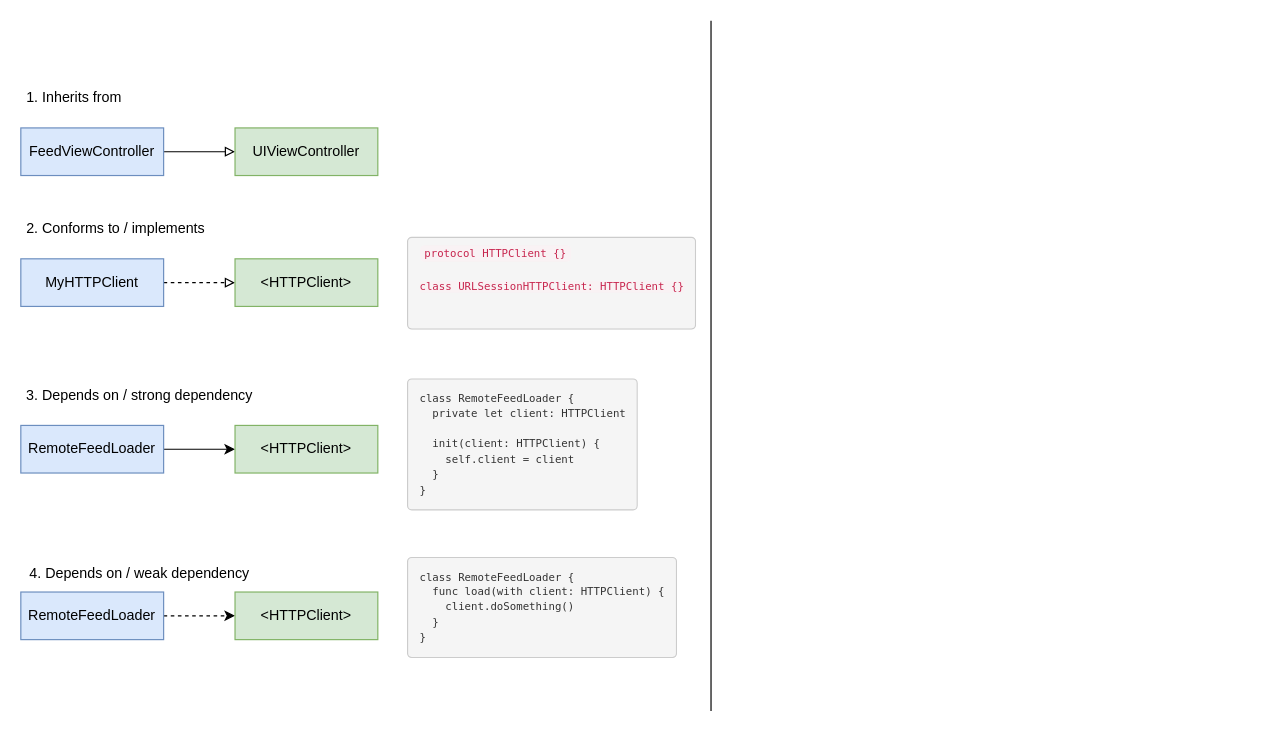
The draw.io diagram 002-lecture.drawio in evgeniyd/my_drawio, before the edit. Source tidied: cells renumbered, new cells numbered last; positions are measured from the earlier drawing's top-left corner, leaving out a move shared by most shapes. Both pictures are drawn from the tidied source at 119%, with x=0, y=0 at pixel (20, 20).
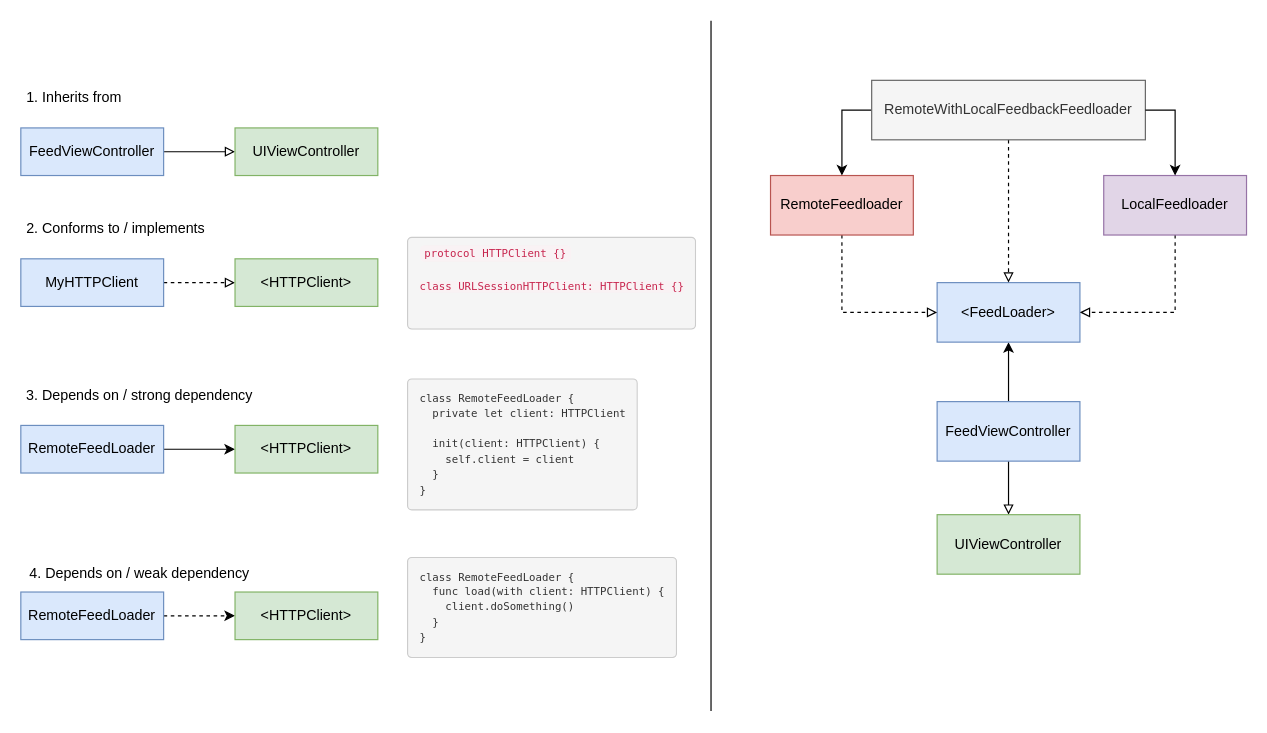
Above is the later version.

Commit message:
Add Compostion to feed loader

Change to the diagram source:
```diff
@@
+    <mxCell id="22" style="edgeStyle=orthogonalEdgeStyle;rounded=0;jettySize=auto;html=1;endArrow=block;endFill=0;" parent="1" edge="1" source="24" target="25">
+      <mxGeometry relative="1" as="geometry" />
+    </mxCell>
+    <mxCell id="23" style="edgeStyle=orthogonalEdgeStyle;rounded=0;jettySize=auto;html=1;" parent="1" edge="1" source="24" target="26">
+      <mxGeometry relative="1" as="geometry" />
+    </mxCell>
+    <mxCell id="24" value="FeedViewController" style="rounded=0;whiteSpace=wrap;html=1;fillColor=#dae8fc;strokeColor=#6c8ebf;" parent="1" vertex="1">
+      <mxGeometry x="770" y="320" width="120" height="50" as="geometry" />
+    </mxCell>
+    <mxCell id="25" value="UIViewController" style="rounded=0;whiteSpace=wrap;html=1;fillColor=#d5e8d4;strokeColor=#82b366;" parent="1" vertex="1">
+      <mxGeometry x="770" y="415" width="120" height="50" as="geometry" />
+    </mxCell>
+    <mxCell id="26" value="&amp;lt;FeedLoader&amp;gt;" style="rounded=0;whiteSpace=wrap;html=1;fillColor=#dae8fc;strokeColor=#6c8ebf;" parent="1" vertex="1">
+      <mxGeometry x="770" y="220" width="120" height="50" as="geometry" />
+    </mxCell>
+    <mxCell id="27" style="edgeStyle=orthogonalEdgeStyle;rounded=0;jettySize=auto;html=1;entryX=0;entryY=0.5;entryDx=0;entryDy=0;exitX=0.5;exitY=1;exitDx=0;exitDy=0;endArrow=block;endFill=0;dashed=1;" parent="1" edge="1" source="28" target="26">
+      <mxGeometry relative="1" as="geometry" />
+    </mxCell>
+    <mxCell id="28" value="RemoteFeedloader" style="rounded=0;whiteSpace=wrap;html=1;fillColor=#f8cecc;strokeColor=#b85450;" parent="1" vertex="1">
+      <mxGeometry x="630" y="130" width="120" height="50" as="geometry" />
+    </mxCell>
+    <mxCell id="29" style="edgeStyle=orthogonalEdgeStyle;rounded=0;jettySize=auto;html=1;entryX=1;entryY=0.5;entryDx=0;entryDy=0;exitX=0.5;exitY=1;exitDx=0;exitDy=0;dashed=1;endArrow=block;endFill=0;" parent="1" edge="1" source="30" target="26">
+      <mxGeometry relative="1" as="geometry" />
+    </mxCell>
+    <mxCell id="30" value="LocalFeedloader" style="rounded=0;whiteSpace=wrap;html=1;fillColor=#e1d5e7;strokeColor=#9673a6;" parent="1" vertex="1">
+      <mxGeometry x="910" y="130" width="120" height="50" as="geometry" />
+    </mxCell>
+    <mxCell id="31" style="edgeStyle=orthogonalEdgeStyle;rounded=0;jettySize=auto;html=1;entryX=0.5;entryY=0;entryDx=0;entryDy=0;endArrow=block;endFill=0;dashed=1;" parent="1" edge="1" source="33" target="26">
+      <mxGeometry relative="1" as="geometry" />
+    </mxCell>
+    <mxCell id="32" style="edgeStyle=orthogonalEdgeStyle;rounded=0;jettySize=auto;html=1;exitX=0;exitY=0.5;exitDx=0;exitDy=0;" parent="1" edge="1" source="33" target="28">
+      <mxGeometry relative="1" as="geometry" />
+    </mxCell>
+    <mxCell id="33" value="RemoteWithLocalFeedbackFeedloader" style="rounded=0;whiteSpace=wrap;html=1;fillColor=#f5f5f5;strokeColor=#666666;fontColor=#333333;" parent="1" vertex="1">
+      <mxGeometry x="715" y="50" width="230" height="50" as="geometry" />
+    </mxCell>
+    <mxCell id="34" style="edgeStyle=orthogonalEdgeStyle;rounded=0;jettySize=auto;html=1;exitX=1;exitY=0.5;exitDx=0;exitDy=0;" parent="1" edge="1" source="33" target="30">
+      <mxGeometry relative="1" as="geometry" />
+    </mxCell>
```
